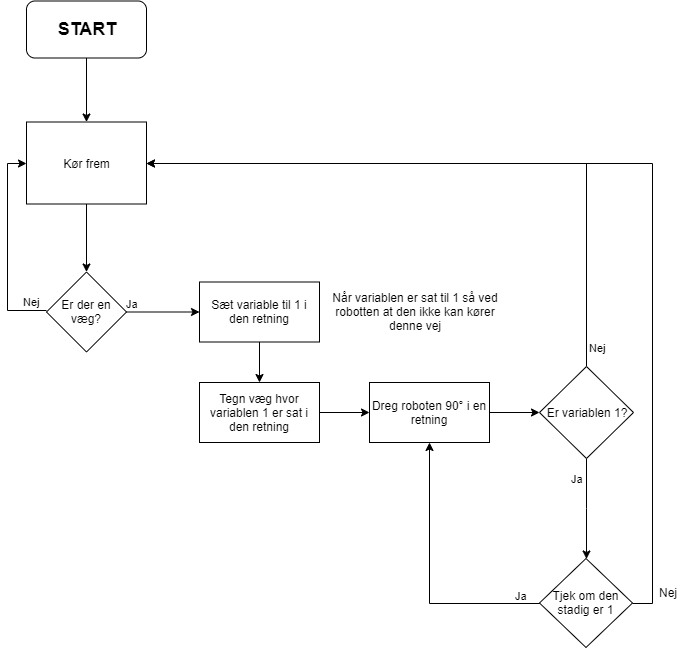
The draw.io diagram img/EV3 - Weak AI Simple.png in kasp470f/EV3-MazeAI, before a commit. Source tidied: cells renumbered, new cells last; positions are measured from the earlier drawing's top-left corner, leaving out a move shared by most shapes. Source of this version:
```xml
<mxGraphModel>
  <root>
    <mxCell id="0" />
    <mxCell id="1" parent="0" />
    <mxCell id="2" style="edgeStyle=orthogonalEdgeStyle;rounded=0;jettySize=auto;html=1;" parent="1" edge="1" source="3" target="8">
      <mxGeometry relative="1" as="geometry" />
    </mxCell>
    <mxCell id="3" value="Kør frem" style="rounded=0;whiteSpace=wrap;html=1;" parent="1" vertex="1">
      <mxGeometry x="20" y="120.5" width="120" height="82" as="geometry" />
    </mxCell>
    <mxCell id="4" style="edgeStyle=orthogonalEdgeStyle;rounded=0;jettySize=auto;html=1;" parent="1" edge="1" source="5" target="3">
      <mxGeometry relative="1" as="geometry" />
    </mxCell>
    <mxCell id="5" value="&lt;font style=&quot;font-size: 18px&quot;&gt;START&lt;/font&gt;" style="rounded=1;whiteSpace=wrap;html=1;fontStyle=1;" parent="1" vertex="1">
      <mxGeometry x="20" y="-0.5" width="120" height="57" as="geometry" />
    </mxCell>
    <mxCell id="6" value="Nej" style="edgeStyle=orthogonalEdgeStyle;rounded=0;jettySize=auto;html=1;spacingTop=-18;entryX=0;entryY=0.5;entryDx=0;entryDy=0;" parent="1" edge="1" target="3">
      <mxGeometry x="-0.86" relative="1" as="geometry">
        <mxPoint x="40" y="308.5" as="sourcePoint" />
        <Array as="points">
          <mxPoint x="0.5" y="308.5" />
          <mxPoint x="0.5" y="161.5" />
        </Array>
      </mxGeometry>
    </mxCell>
    <mxCell id="7" value="Ja" style="edgeStyle=orthogonalEdgeStyle;rounded=0;jettySize=auto;html=1;spacingTop=-16;" parent="1" edge="1" source="8" target="21">
      <mxGeometry x="-0.86" relative="1" as="geometry">
        <mxPoint x="1" as="offset" />
      </mxGeometry>
    </mxCell>
    <mxCell id="8" value="Er der en væg?" style="rhombus;whiteSpace=wrap;html=1;" parent="1" vertex="1">
      <mxGeometry x="40" y="270.5" width="80" height="80" as="geometry" />
    </mxCell>
    <mxCell id="9" value="Dreg roboten 90° i en retning" style="rounded=0;whiteSpace=wrap;html=1;" parent="1" vertex="1">
      <mxGeometry x="363" y="381" width="120" height="60" as="geometry" />
    </mxCell>
    <mxCell id="10" style="edgeStyle=orthogonalEdgeStyle;rounded=0;jettySize=auto;html=1;" parent="1" edge="1" source="11" target="9">
      <mxGeometry relative="1" as="geometry" />
    </mxCell>
    <mxCell id="11" value="Tegn væg hvor variablen 1 er sat i den retning" style="rounded=0;whiteSpace=wrap;html=1;" parent="1" vertex="1">
      <mxGeometry x="193" y="381" width="120" height="60" as="geometry" />
    </mxCell>
    <mxCell id="12" value="Nej" style="edgeStyle=orthogonalEdgeStyle;rounded=0;jettySize=auto;html=1;exitX=0.5;exitY=0;exitDx=0;exitDy=0;entryX=1;entryY=0.5;entryDx=0;entryDy=0;" parent="1" edge="1" source="14" target="3">
      <mxGeometry x="-0.94" y="-11" relative="1" as="geometry" />
    </mxCell>
    <mxCell id="13" value="Ja" style="edgeStyle=orthogonalEdgeStyle;rounded=0;jettySize=auto;html=1;" parent="1" edge="1" source="14" target="18">
      <mxGeometry x="-0.01" y="-32" relative="1" as="geometry">
        <mxPoint x="23" y="-30" as="offset" />
      </mxGeometry>
    </mxCell>
    <mxCell id="14" value="Er variablen 1?" style="rhombus;whiteSpace=wrap;html=1;" parent="1" vertex="1">
      <mxGeometry x="533" y="365" width="94" height="92" as="geometry" />
    </mxCell>
    <mxCell id="15" value="Ja" style="edgeStyle=orthogonalEdgeStyle;rounded=0;jettySize=auto;html=1;entryX=0.5;entryY=1;entryDx=0;entryDy=0;" parent="1" edge="1" source="18" target="9">
      <mxGeometry x="-0.86" y="-8" relative="1" as="geometry" />
    </mxCell>
    <mxCell id="16" style="edgeStyle=orthogonalEdgeStyle;rounded=0;jettySize=auto;html=1;exitX=1;exitY=0.5;exitDx=0;exitDy=0;entryX=1;entryY=0.5;entryDx=0;entryDy=0;" parent="1" edge="1" source="18" target="3">
      <mxGeometry relative="1" as="geometry" />
    </mxCell>
    <mxCell id="17" value="Nej" style="text;html=1;align=center;verticalAlign=middle;labelBackgroundColor=#ffffff;" parent="16" vertex="1">
      <mxGeometry x="-0.78" y="2" relative="1" as="geometry">
        <mxPoint x="17" y="75.5" as="offset" />
      </mxGeometry>
    </mxCell>
    <mxCell id="18" value="Tjek om den stadig er 1" style="rhombus;whiteSpace=wrap;html=1;" parent="1" vertex="1">
      <mxGeometry x="533" y="557" width="93" height="89" as="geometry" />
    </mxCell>
    <mxCell id="19" style="edgeStyle=orthogonalEdgeStyle;rounded=0;jettySize=auto;html=1;" parent="1" edge="1" source="9" target="14">
      <mxGeometry relative="1" as="geometry" />
    </mxCell>
    <mxCell id="20" style="edgeStyle=orthogonalEdgeStyle;rounded=0;jettySize=auto;html=1;" parent="1" edge="1" source="21" target="11">
      <mxGeometry relative="1" as="geometry" />
    </mxCell>
    <mxCell id="21" value="&lt;span style=&quot;white-space: normal&quot;&gt;Sæt variable til 1 i den retning&lt;/span&gt;" style="rounded=0;whiteSpace=wrap;html=1;" parent="1" vertex="1">
      <mxGeometry x="193" y="280.5" width="120" height="60" as="geometry" />
    </mxCell>
    <mxCell id="22" value="Når variablen er sat til 1 så ved robotten at den ikke kan kører denne vej" style="text;html=1;strokeColor=none;fillColor=none;align=center;verticalAlign=middle;whiteSpace=wrap;rounded=0;" parent="1" vertex="1">
      <mxGeometry x="313" y="300.5" width="192" height="20" as="geometry" />
    </mxCell>
  </root>
</mxGraphModel>
```
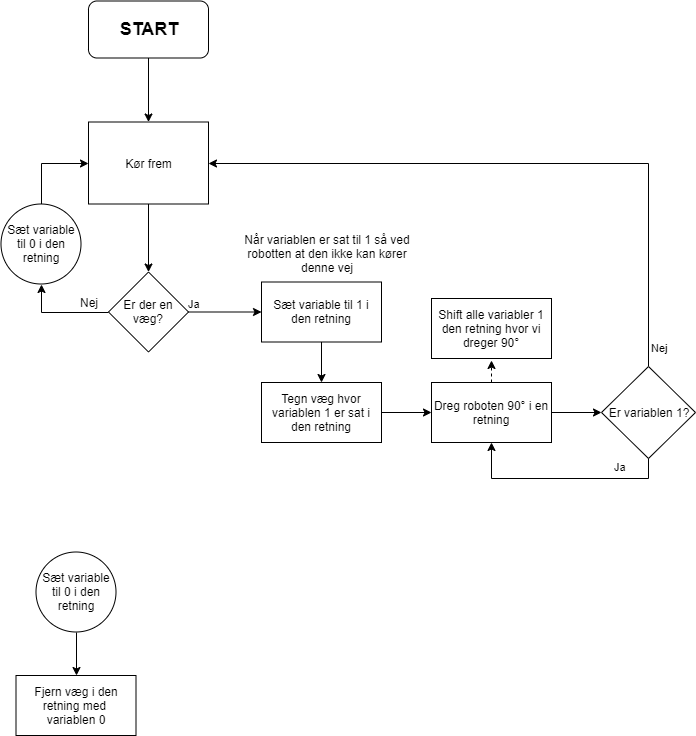
After the commit.

What changed in the source:
```diff
@@ -14,23 +14,27 @@
     <mxCell id="5" value="&lt;font style=&quot;font-size: 18px&quot;&gt;START&lt;/font&gt;" style="rounded=1;whiteSpace=wrap;html=1;fontStyle=1;" parent="1" vertex="1">
       <mxGeometry x="20" y="-0.5" width="120" height="57" as="geometry" />
     </mxCell>
-    <mxCell id="6" value="Nej" style="edgeStyle=orthogonalEdgeStyle;rounded=0;jettySize=auto;html=1;spacingTop=-18;entryX=0;entryY=0.5;entryDx=0;entryDy=0;" parent="1" edge="1" target="3">
-      <mxGeometry x="-0.86" relative="1" as="geometry">
-        <mxPoint x="40" y="308.5" as="sourcePoint" />
-        <Array as="points">
-          <mxPoint x="0.5" y="308.5" />
-          <mxPoint x="0.5" y="161.5" />
-        </Array>
-      </mxGeometry>
-    </mxCell>
     <mxCell id="7" value="Ja" style="edgeStyle=orthogonalEdgeStyle;rounded=0;jettySize=auto;html=1;spacingTop=-16;" parent="1" edge="1" source="8" target="21">
       <mxGeometry x="-0.86" relative="1" as="geometry">
         <mxPoint x="1" as="offset" />
       </mxGeometry>
     </mxCell>
+    <mxCell id="23" style="edgeStyle=orthogonalEdgeStyle;rounded=0;jettySize=auto;html=1;exitX=0;exitY=0.5;exitDx=0;exitDy=0;entryX=0.5;entryY=1;entryDx=0;entryDy=0;" parent="1" edge="1" source="8" target="26">
+      <mxGeometry relative="1" as="geometry" />
+    </mxCell>
+    <mxCell id="17" value="Nej" style="text;html=1;align=center;verticalAlign=middle;labelBackgroundColor=#ffffff;" parent="23" vertex="1">
+      <mxGeometry x="-0.74" relative="1" as="geometry">
+        <mxPoint x="-8" y="-10.5" as="offset" />
+      </mxGeometry>
+    </mxCell>
     <mxCell id="8" value="Er der en væg?" style="rhombus;whiteSpace=wrap;html=1;" parent="1" vertex="1">
       <mxGeometry x="40" y="270.5" width="80" height="80" as="geometry" />
     </mxCell>
+    <mxCell id="24" style="edgeStyle=orthogonalEdgeStyle;rounded=0;jettySize=auto;html=1;exitX=0.5;exitY=0;exitDx=0;exitDy=0;entryX=0.5;entryY=1;entryDx=0;entryDy=0;dashed=1;" parent="1" edge="1" source="9">
+      <mxGeometry relative="1" as="geometry">
+        <mxPoint x="423" y="359" as="targetPoint" />
+      </mxGeometry>
+    </mxCell>
     <mxCell id="9" value="Dreg roboten 90° i en retning" style="rounded=0;whiteSpace=wrap;html=1;" parent="1" vertex="1">
       <mxGeometry x="363" y="381" width="120" height="60" as="geometry" />
     </mxCell>
@@ -43,28 +47,12 @@
     <mxCell id="12" value="Nej" style="edgeStyle=orthogonalEdgeStyle;rounded=0;jettySize=auto;html=1;exitX=0.5;exitY=0;exitDx=0;exitDy=0;entryX=1;entryY=0.5;entryDx=0;entryDy=0;" parent="1" edge="1" source="14" target="3">
       <mxGeometry x="-0.94" y="-11" relative="1" as="geometry" />
     </mxCell>
-    <mxCell id="13" value="Ja" style="edgeStyle=orthogonalEdgeStyle;rounded=0;jettySize=auto;html=1;" parent="1" edge="1" source="14" target="18">
-      <mxGeometry x="-0.01" y="-32" relative="1" as="geometry">
-        <mxPoint x="23" y="-30" as="offset" />
-      </mxGeometry>
-    </mxCell>
     <mxCell id="14" value="Er variablen 1?" style="rhombus;whiteSpace=wrap;html=1;" parent="1" vertex="1">
       <mxGeometry x="533" y="365" width="94" height="92" as="geometry" />
     </mxCell>
-    <mxCell id="15" value="Ja" style="edgeStyle=orthogonalEdgeStyle;rounded=0;jettySize=auto;html=1;entryX=0.5;entryY=1;entryDx=0;entryDy=0;" parent="1" edge="1" source="18" target="9">
-      <mxGeometry x="-0.86" y="-8" relative="1" as="geometry" />
+    <mxCell id="15" value="Ja" style="edgeStyle=orthogonalEdgeStyle;rounded=0;jettySize=auto;html=1;entryX=0.5;entryY=1;entryDx=0;entryDy=0;exitX=0.5;exitY=1;exitDx=0;exitDy=0;" parent="1" edge="1" source="14" target="9">
+      <mxGeometry x="-0.55" y="-12" relative="1" as="geometry" />
     </mxCell>
-    <mxCell id="16" style="edgeStyle=orthogonalEdgeStyle;rounded=0;jettySize=auto;html=1;exitX=1;exitY=0.5;exitDx=0;exitDy=0;entryX=1;entryY=0.5;entryDx=0;entryDy=0;" parent="1" edge="1" source="18" target="3">
-      <mxGeometry relative="1" as="geometry" />
-    </mxCell>
-    <mxCell id="17" value="Nej" style="text;html=1;align=center;verticalAlign=middle;labelBackgroundColor=#ffffff;" parent="16" vertex="1">
-      <mxGeometry x="-0.78" y="2" relative="1" as="geometry">
-        <mxPoint x="17" y="75.5" as="offset" />
-      </mxGeometry>
-    </mxCell>
-    <mxCell id="18" value="Tjek om den stadig er 1" style="rhombus;whiteSpace=wrap;html=1;" parent="1" vertex="1">
-      <mxGeometry x="533" y="557" width="93" height="89" as="geometry" />
-    </mxCell>
     <mxCell id="19" style="edgeStyle=orthogonalEdgeStyle;rounded=0;jettySize=auto;html=1;" parent="1" edge="1" source="9" target="14">
       <mxGeometry relative="1" as="geometry" />
     </mxCell>
@@ -75,7 +63,25 @@
       <mxGeometry x="193" y="280.5" width="120" height="60" as="geometry" />
     </mxCell>
     <mxCell id="22" value="Når variablen er sat til 1 så ved robotten at den ikke kan kører denne vej" style="text;html=1;strokeColor=none;fillColor=none;align=center;verticalAlign=middle;whiteSpace=wrap;rounded=0;" parent="1" vertex="1">
-      <mxGeometry x="313" y="300.5" width="192" height="20" as="geometry" />
+      <mxGeometry x="162.5" y="242.5" width="192" height="20" as="geometry" />
     </mxCell>
+    <mxCell id="25" style="edgeStyle=orthogonalEdgeStyle;rounded=0;jettySize=auto;html=1;exitX=0.5;exitY=0;exitDx=0;exitDy=0;entryX=0;entryY=0.5;entryDx=0;entryDy=0;" parent="1" edge="1" source="26" target="3">
+      <mxGeometry relative="1" as="geometry" />
+    </mxCell>
+    <mxCell id="26" value="Sæt variable til 0 i den retning" style="ellipse;whiteSpace=wrap;html=1;" parent="1" vertex="1">
+      <mxGeometry x="-67.5" y="202.5" width="80" height="80" as="geometry" />
+    </mxCell>
+    <mxCell id="27" style="edgeStyle=orthogonalEdgeStyle;rounded=0;jettySize=auto;html=1;exitX=0.5;exitY=1;exitDx=0;exitDy=0;entryX=0.5;entryY=0;entryDx=0;entryDy=0;" parent="1" edge="1" source="28" target="29">
+      <mxGeometry relative="1" as="geometry" />
+    </mxCell>
+    <mxCell id="28" value="&lt;span style=&quot;white-space: normal&quot;&gt;Sæt variable til 0 i den retning&lt;/span&gt;" style="ellipse;whiteSpace=wrap;html=1;" parent="1" vertex="1">
+      <mxGeometry x="-32.5" y="550.5" width="80" height="80" as="geometry" />
+    </mxCell>
+    <mxCell id="29" value="Fjern væg i den retning med &lt;br&gt;variablen 0" style="rounded=0;whiteSpace=wrap;html=1;" parent="1" vertex="1">
+      <mxGeometry x="-52.5" y="674" width="120" height="60" as="geometry" />
+    </mxCell>
+    <mxCell id="30" value="&lt;span style=&quot;white-space: normal&quot;&gt;Shift alle variabler 1 den retning hvor vi dreger&amp;nbsp;&lt;/span&gt;&lt;span style=&quot;white-space: normal&quot;&gt;90°&lt;/span&gt;" style="rounded=0;whiteSpace=wrap;html=1;" parent="1" vertex="1">
+      <mxGeometry x="363" y="297" width="120" height="60" as="geometry" />
+    </mxCell>
   </root>
 </mxGraphModel>
```
